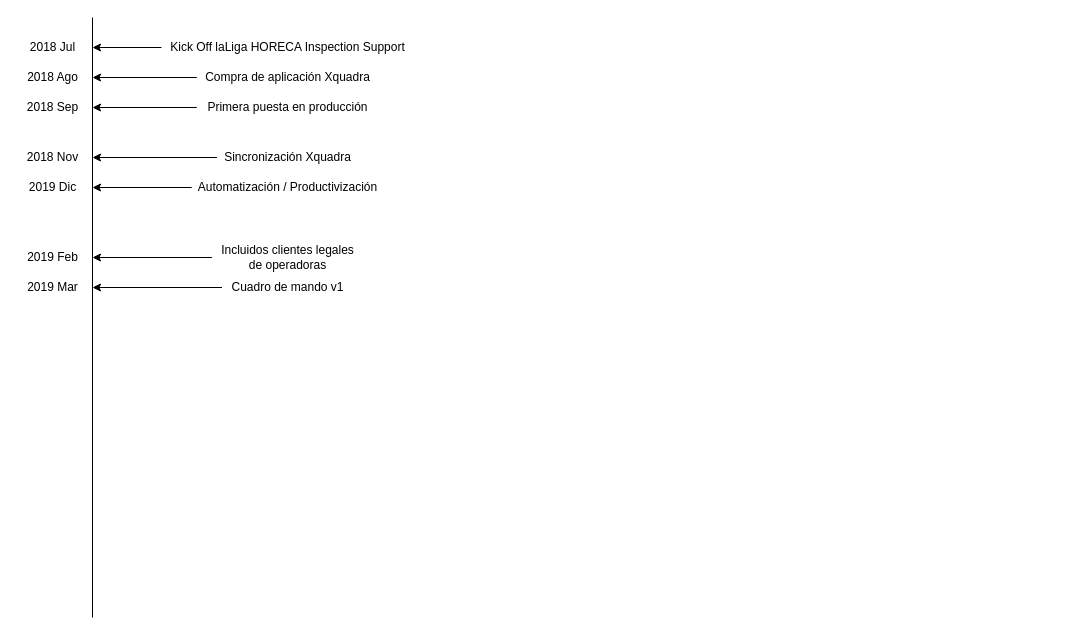
icuefue/draw.io keeps this draw.io diagram as draw.io/LaLiga/HORECA_Roadmap.drawio. Above is the earlier version. Source tidied: cells renumbered, new cells numbered last; positions are measured from the earlier drawing's top-left corner, leaving out a move shared by most shapes. Both pictures are drawn from the tidied source at 100%, with x=0, y=0 at pixel (17, 17).
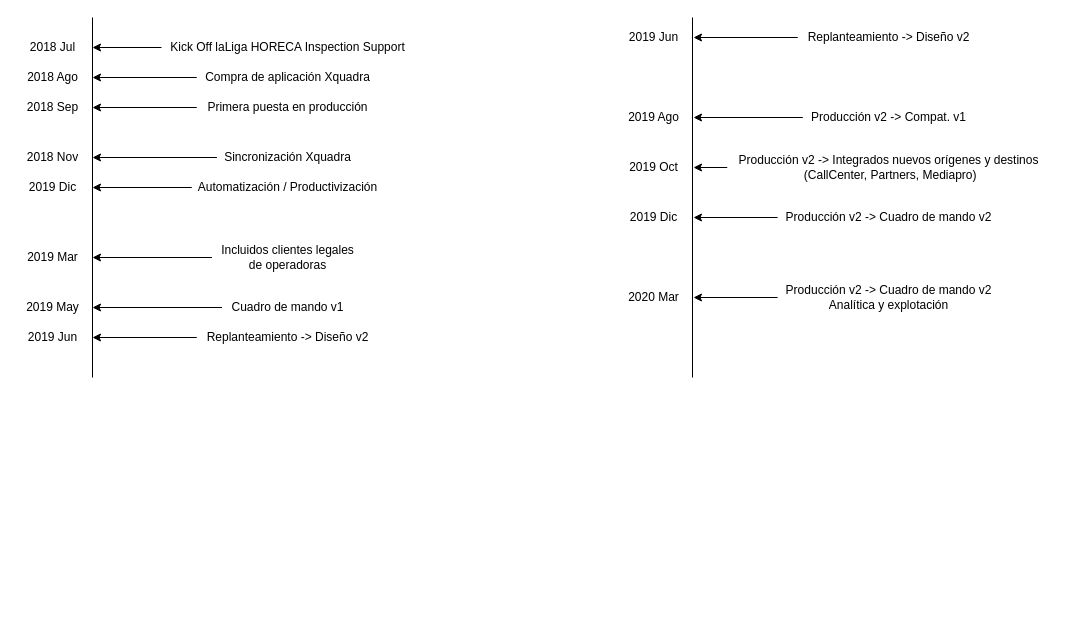
Above is the later version.

Diff of the diagram source:
```diff
@@
     <mxCell id="2" style="endArrow=none;html=1;" parent="1" edge="1">
       <mxGeometry relative="1" as="geometry">
-        <mxPoint x="75" y="600" as="sourcePoint" />
+        <mxPoint x="75" y="360" as="sourcePoint" />
         <mxPoint x="75" as="targetPoint" />
       </mxGeometry>
     </mxCell>
@@
-    <mxCell id="18" value="2019 Feb" style="text;html=1;align=center;verticalAlign=middle;" parent="1" vertex="1">
+    <mxCell id="18" value="2019 Mar" style="text;html=1;align=center;verticalAlign=middle;" parent="1" vertex="1">
       <mxGeometry y="230" width="70" height="20" as="geometry" />
     </mxCell>
@@
-    <mxCell id="21" value="2019 Mar" style="text;html=1;align=center;verticalAlign=middle;" parent="1" vertex="1">
-      <mxGeometry y="260" width="70" height="20" as="geometry" />
+    <mxCell id="21" value="2019 May" style="text;html=1;align=center;verticalAlign=middle;" parent="1" vertex="1">
+      <mxGeometry y="280" width="70" height="20" as="geometry" />
     </mxCell>
     <mxCell id="22" style="endArrow=classic;html=1;exitX=-0.004;exitY=0.5;exitDx=0;exitDy=0;exitPerimeter=0;" parent="1" edge="1" source="23">
       <mxGeometry relative="1" as="geometry">
-        <mxPoint x="75" y="270" as="targetPoint" />
+        <mxPoint x="75" y="290" as="targetPoint" />
       </mxGeometry>
     </mxCell>
     <mxCell id="23" value="Cuadro de mando v1" style="text;html=1;align=center;verticalAlign=middle;points=[];" parent="1" vertex="1">
-      <mxGeometry x="205" y="260" width="130" height="20" as="geometry" />
+      <mxGeometry x="205" y="280" width="130" height="20" as="geometry" />
     </mxCell>
+    <mxCell id="24" value="2019 Jun" style="text;html=1;align=center;verticalAlign=middle;" parent="1" vertex="1">
+      <mxGeometry x="5" y="310" width="60" height="20" as="geometry" />
+    </mxCell>
+    <mxCell id="25" style="endArrow=classic;html=1;exitX=-0.004;exitY=0.5;exitDx=0;exitDy=0;exitPerimeter=0;" parent="1" edge="1" source="26">
+      <mxGeometry relative="1" as="geometry">
+        <mxPoint x="75" y="320" as="targetPoint" />
+      </mxGeometry>
+    </mxCell>
+    <mxCell id="26" value="Replanteamiento -&amp;gt; Diseño v2" style="text;html=1;align=center;verticalAlign=middle;points=[];" parent="1" vertex="1">
+      <mxGeometry x="180" y="310" width="180" height="20" as="geometry" />
+    </mxCell>
+    <mxCell id="27" style="endArrow=none;html=1;" parent="1" edge="1">
+      <mxGeometry relative="1" as="geometry">
+        <mxPoint x="675" y="360" as="sourcePoint" />
+        <mxPoint x="675" as="targetPoint" />
+      </mxGeometry>
+    </mxCell>
+    <mxCell id="28" value="2019 Jun" style="text;html=1;align=center;verticalAlign=middle;" parent="1" vertex="1">
+      <mxGeometry x="606" y="10" width="60" height="20" as="geometry" />
+    </mxCell>
+    <mxCell id="29" style="endArrow=classic;html=1;exitX=-0.004;exitY=0.5;exitDx=0;exitDy=0;exitPerimeter=0;" parent="1" edge="1" source="30">
+      <mxGeometry relative="1" as="geometry">
+        <mxPoint x="676" y="20" as="targetPoint" />
+      </mxGeometry>
+    </mxCell>
+    <mxCell id="30" value="Replanteamiento -&amp;gt; Diseño v2" style="text;html=1;align=center;verticalAlign=middle;points=[];" parent="1" vertex="1">
+      <mxGeometry x="781" y="10" width="180" height="20" as="geometry" />
+    </mxCell>
+    <mxCell id="31" style="endArrow=classic;html=1;exitX=-0.004;exitY=0.5;exitDx=0;exitDy=0;exitPerimeter=0;" parent="1" edge="1" source="32">
+      <mxGeometry relative="1" as="geometry">
+        <mxPoint x="676" y="100" as="targetPoint" />
+      </mxGeometry>
+    </mxCell>
+    <mxCell id="32" value="Producción v2 -&amp;gt; Compat. v1" style="text;html=1;align=center;verticalAlign=middle;points=[];" parent="1" vertex="1">
+      <mxGeometry x="786" y="90" width="170" height="20" as="geometry" />
+    </mxCell>
+    <mxCell id="33" value="2019 Ago" style="text;html=1;align=center;verticalAlign=middle;" parent="1" vertex="1">
+      <mxGeometry x="601" y="90" width="70" height="20" as="geometry" />
+    </mxCell>
+    <mxCell id="34" style="endArrow=classic;html=1;exitX=-0.004;exitY=0.5;exitDx=0;exitDy=0;exitPerimeter=0;" parent="1" edge="1" source="35">
+      <mxGeometry relative="1" as="geometry">
+        <mxPoint x="676" y="150" as="targetPoint" />
+      </mxGeometry>
+    </mxCell>
+    <mxCell id="35" value="Producción v2 -&amp;gt; Integrados nuevos orígenes y destinos&lt;br&gt;&amp;nbsp;(CallCenter, Partners, Mediapro)" style="text;html=1;align=center;verticalAlign=middle;points=[];" parent="1" vertex="1">
+      <mxGeometry x="711" y="135" width="320" height="30" as="geometry" />
+    </mxCell>
+    <mxCell id="36" value="2019 Oct" style="text;html=1;align=center;verticalAlign=middle;" parent="1" vertex="1">
+      <mxGeometry x="606" y="140" width="60" height="20" as="geometry" />
+    </mxCell>
+    <mxCell id="37" value="2019 Dic" style="text;html=1;align=center;verticalAlign=middle;" parent="1" vertex="1">
+      <mxGeometry x="606" y="190" width="60" height="20" as="geometry" />
+    </mxCell>
+    <mxCell id="38" style="endArrow=classic;html=1;exitX=-0.004;exitY=0.5;exitDx=0;exitDy=0;exitPerimeter=0;" parent="1" edge="1" source="39">
+      <mxGeometry relative="1" as="geometry">
+        <mxPoint x="676" y="200" as="targetPoint" />
+      </mxGeometry>
+    </mxCell>
+    <mxCell id="39" value="Producción v2 -&amp;gt;&amp;nbsp;Cuadro de mando v2" style="text;html=1;align=center;verticalAlign=middle;points=[];" parent="1" vertex="1">
+      <mxGeometry x="761" y="190" width="220" height="20" as="geometry" />
+    </mxCell>
+    <mxCell id="40" value="2020 Mar" style="text;html=1;align=center;verticalAlign=middle;" parent="1" vertex="1">
+      <mxGeometry x="601" y="270" width="70" height="20" as="geometry" />
+    </mxCell>
+    <mxCell id="41" style="endArrow=classic;html=1;exitX=-0.004;exitY=0.5;exitDx=0;exitDy=0;exitPerimeter=0;" parent="1" edge="1" source="42">
+      <mxGeometry relative="1" as="geometry">
+        <mxPoint x="676" y="280" as="targetPoint" />
+      </mxGeometry>
+    </mxCell>
+    <mxCell id="42" value="Producción v2 -&amp;gt; Cuadro de mando v2&lt;br&gt;Analítica y explotación" style="text;html=1;align=center;verticalAlign=middle;points=[];" parent="1" vertex="1">
+      <mxGeometry x="761" y="265" width="220" height="30" as="geometry" />
+    </mxCell>
```
